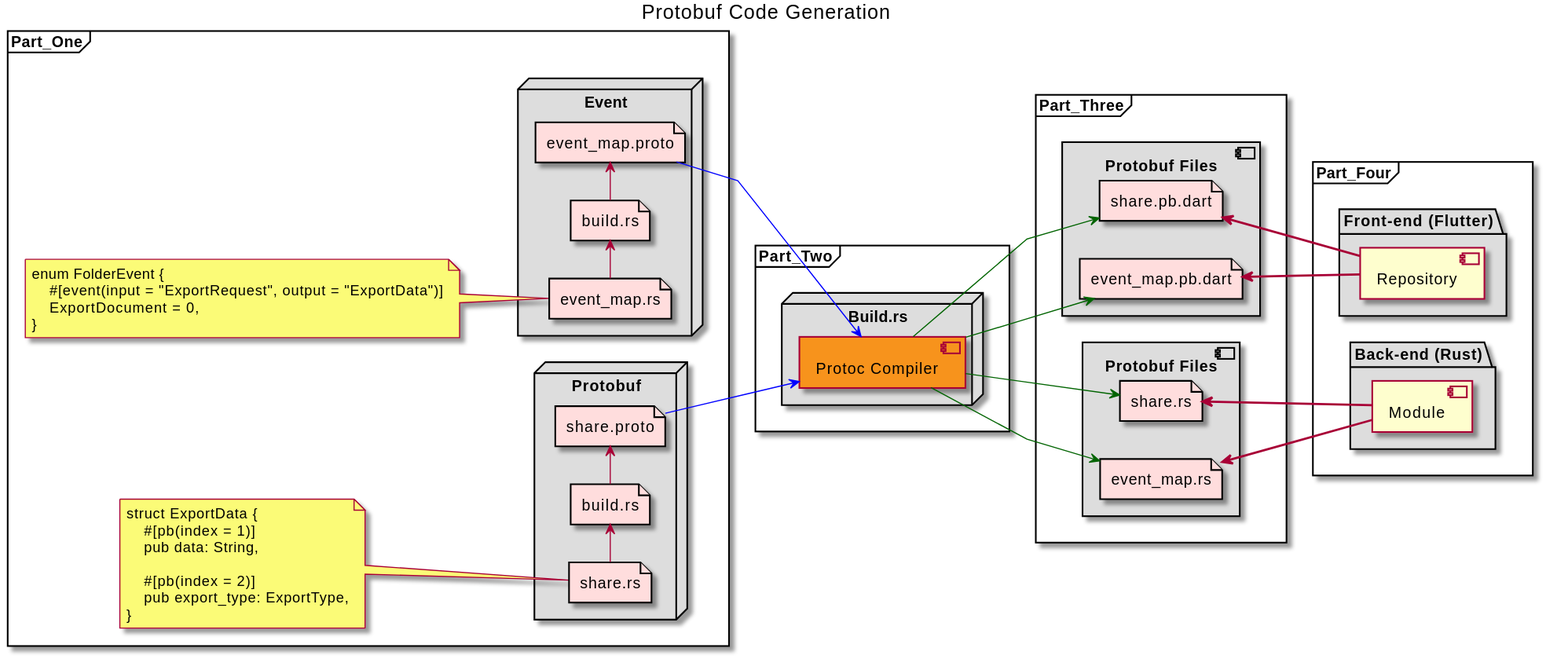
This is uml/output/FlowySDK-Protobuf_Code_Generation.svg from AppFlowy-IO/AppFlowy-Docs, a PlantUML export, as it was before one commit.
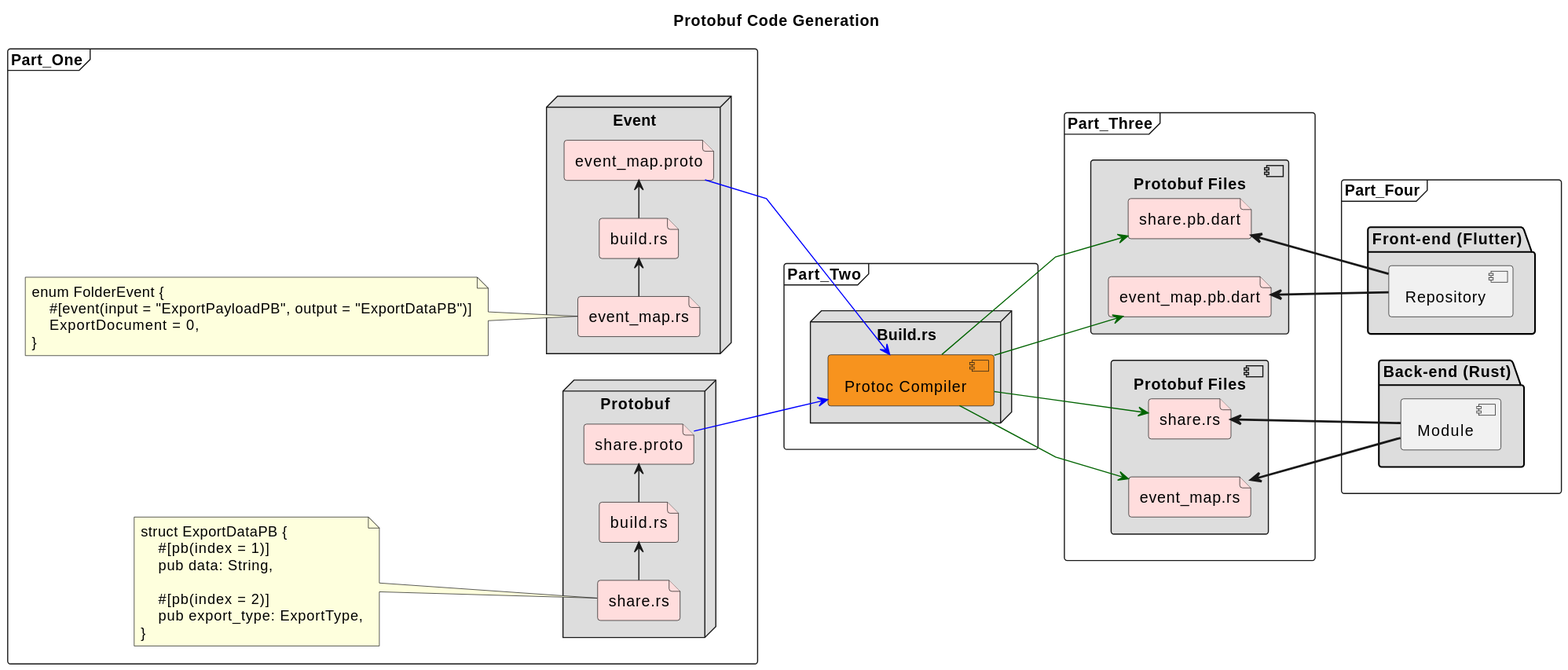
After the commit.

Diff of the diagram source:
```diff
@@ -11,7 +11,7 @@
     }
     note left of EventSource
     enum FolderEvent {
-        #[event(input = "ExportRequest", output = "ExportData")]
+        #[event(input = "ExportPayloadPB", output = "ExportDataPB")]
         ExportDocument = 0,
     }
     end note
@@ -22,7 +22,7 @@
         file PBDefine as "share.proto" #FFDDDD
     }
     note left of PBSource
-    struct ExportData {
+    struct ExportDataPB {
         #[pb(index = 1)]
         pub data: String,
 
```
